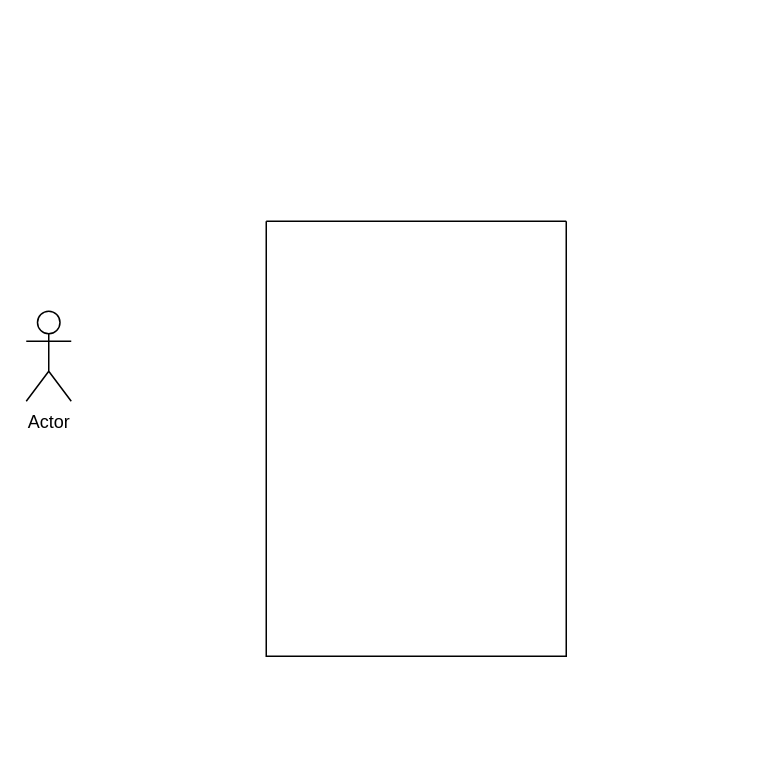
Earlier version of the draw.io diagram use-case-diagram.drawio (uh1205/nbcamp-spring-personal-task-schedule). Source tidied: cells renumbered, new cells numbered last; positions are measured from the earlier drawing's top-left corner, leaving out a move shared by most shapes. Both pictures are drawn from the tidied source at 150%, with x=0, y=0 at pixel (26, 220).
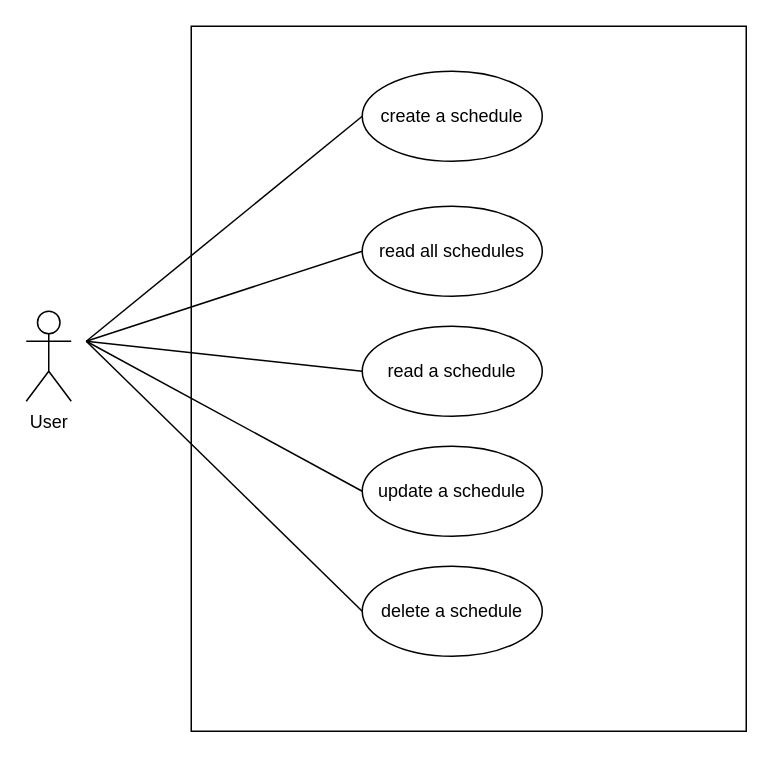
Above is the later version.

The edit, as a diff of the source:
```diff
@@
 <mxGraphModel>
   <root>
     <mxCell id="0" />
     <mxCell id="1" parent="0" />
-    <mxCell id="2" value="Actor" style="shape=umlActor;verticalLabelPosition=bottom;verticalAlign=top;html=1;" parent="1" vertex="1">
+    <mxCell id="2" value="User" style="shape=umlActor;verticalLabelPosition=bottom;verticalAlign=top;html=1;" parent="1" vertex="1">
       <mxGeometry y="60" width="30" height="60" as="geometry" />
     </mxCell>
-    <mxCell id="3" style="swimlane;startSize=0;" parent="1" vertex="1">
-      <mxGeometry x="160" width="200" height="290" as="geometry" />
-    </mxCell>
+    <mxCell id="4" style="rounded=0;whiteSpace=wrap;html=1;" parent="1" vertex="1">
+      <mxGeometry x="110" y="-130" width="370" height="470" as="geometry" />
+    </mxCell>
+    <mxCell id="5" value="create a schedule" style="ellipse;whiteSpace=wrap;html=1;" parent="1" vertex="1">
+      <mxGeometry x="224" y="-100" width="120" height="60" as="geometry" />
+    </mxCell>
+    <mxCell id="6" value="read&amp;nbsp;a schedule" style="ellipse;whiteSpace=wrap;html=1;" parent="1" vertex="1">
+      <mxGeometry x="224" y="70" width="120" height="60" as="geometry" />
+    </mxCell>
+    <mxCell id="7" value="update a schedule" style="ellipse;whiteSpace=wrap;html=1;" parent="1" vertex="1">
+      <mxGeometry x="224" y="150" width="120" height="60" as="geometry" />
+    </mxCell>
+    <mxCell id="8" value="delete a schedule" style="ellipse;whiteSpace=wrap;html=1;" parent="1" vertex="1">
+      <mxGeometry x="224" y="230" width="120" height="60" as="geometry" />
+    </mxCell>
+    <mxCell id="9" value="read all schedules" style="ellipse;whiteSpace=wrap;html=1;" parent="1" vertex="1">
+      <mxGeometry x="224" y="-10" width="120" height="60" as="geometry" />
+    </mxCell>
+    <mxCell id="10" style="endArrow=none;html=1;rounded=0;entryX=0;entryY=0.5;entryDx=0;entryDy=0;" parent="1" edge="1" target="5">
+      <mxGeometry relative="1" as="geometry">
+        <mxPoint x="40" y="80" as="sourcePoint" />
+      </mxGeometry>
+    </mxCell>
+    <mxCell id="11" style="endArrow=none;html=1;rounded=0;entryX=0;entryY=0.5;entryDx=0;entryDy=0;" parent="1" edge="1" target="9">
+      <mxGeometry relative="1" as="geometry">
+        <mxPoint x="40" y="80" as="sourcePoint" />
+      </mxGeometry>
+    </mxCell>
+    <mxCell id="12" style="endArrow=none;html=1;rounded=0;entryX=0;entryY=0.5;entryDx=0;entryDy=0;" parent="1" edge="1" target="6">
+      <mxGeometry relative="1" as="geometry">
+        <mxPoint x="40" y="80" as="sourcePoint" />
+      </mxGeometry>
+    </mxCell>
+    <mxCell id="13" style="endArrow=none;html=1;rounded=0;entryX=0;entryY=0.5;entryDx=0;entryDy=0;" parent="1" edge="1" target="7">
+      <mxGeometry relative="1" as="geometry">
+        <mxPoint x="40" y="80" as="sourcePoint" />
+      </mxGeometry>
+    </mxCell>
+    <mxCell id="14" style="endArrow=none;html=1;rounded=0;entryX=0;entryY=0.5;entryDx=0;entryDy=0;" parent="1" edge="1" target="8">
+      <mxGeometry relative="1" as="geometry">
+        <mxPoint x="40" y="80" as="sourcePoint" />
+      </mxGeometry>
+    </mxCell>
   </root>
 </mxGraphModel>
```
